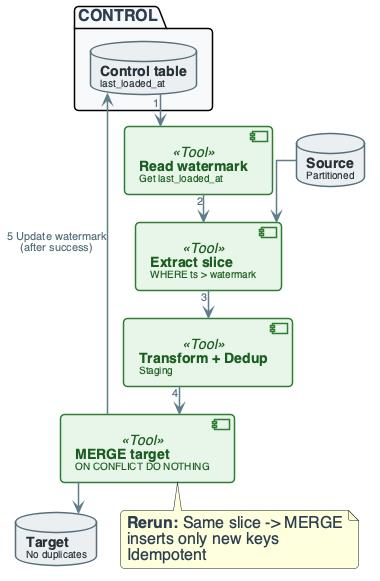
OrPerets/data-engineering-course keeps this PlantUML diagram as diagrams/week04/week4_practice_slide18_incremental_rerun.png. Above is the earlier version. Its diagram source:
```plantuml
@startuml

top to bottom direction
skinparam linetype ortho
skinparam shadowing false
skinparam roundcorner 8
skinparam handwritten false
skinparam nodesep 24
skinparam ranksep 28

skinparam defaultFontName "Segoe UI, Helvetica, sans-serif"
skinparam defaultFontSize 16
skinparam defaultFontColor #2C3E50

skinparam rectangle {
    BackgroundColor #F8F9FA
    BorderColor #90A4AE
    BorderThickness 2
    FontColor #263238
    FontSize 14
    FontStyle bold
    Padding 20
}

skinparam component {
    BackgroundColor #FFFFFF
    BorderColor #78909C
    BorderThickness 1.5
    FontSize 14
    Padding 12
}

skinparam database {
    BackgroundColor #ECEFF1
    BorderColor #546E7A
    BorderThickness 1.5
    FontSize 14
    FontColor #263238
}

skinparam arrow {
    Color #607D8B
    Thickness 1.5
    FontSize 11
    FontColor #546E7A
}

skinparam component<<UI>> {
    BorderColor #8E24AA
    BackgroundColor #F3E5F5
    FontColor #4A148C
}

skinparam component<<Agent>> {
    BorderColor #0288D1
    BackgroundColor #E1F5FE
    FontColor #01579B
}

skinparam component<<Tool>> {
    BorderColor #2E7D32
    BackgroundColor #E8F5E9
    FontColor #1B5E20
}

skinparam component<<Config>> {
    BorderColor #F57C00
    BackgroundColor #FFF3E0
    FontColor #E65100
}

skinparam component<<Bad>> {
    BorderColor #C62828
    BackgroundColor #FFEBEE
    FontColor #B71C1C
}

skinparam component<<V1>> {
    BorderColor #F57C00
    BackgroundColor #FFF3E0
    FontColor #E65100
}

skinparam component<<V2>> {
    BorderColor #2E7D32
    BackgroundColor #E8F5E9
    FontColor #1B5E20
}

skinparam component<<up>> {
    BackgroundColor #E8F5E9
    BorderColor #2E7D32
}

skinparam component<<down>> {
    BackgroundColor #FFEBEE
    BorderColor #C62828
}

skinparam database<<up>> {
    BackgroundColor #E8F5E9
    BorderColor #2E7D32
}

skinparam database<<down>> {
    BackgroundColor #FFEBEE
    BorderColor #C62828
}

skinparam component<<success>> {
    BackgroundColor #E8F5E9
    BorderColor #2E7D32
}

skinparam component<<failure>> {
    BackgroundColor #FFEBEE
    BorderColor #C62828
}


package "CONTROL" #F8F9FA {
    database "**Control table**\n<size:10>last_loaded_at</size>" as CTRL
}

component "**Read watermark**\n<size:10>Get last_loaded_at</size>" as READ <<Tool>>
component "**Extract slice**\n<size:10>WHERE ts > watermark</size>" as EXTRACT <<Tool>>
component "**Transform + Dedup**\n<size:10>Staging</size>" as TRANSFORM <<Tool>>
component "**MERGE target**\n<size:10>ON CONFLICT DO NOTHING</size>" as MERGE <<Tool>>

database "**Source**\n<size:10>Partitioned</size>" as SRC
database "**Target**\n<size:10>No duplicates</size>" as TGT

CTRL --> READ : "1"
READ --> EXTRACT : "2"
SRC --> EXTRACT
EXTRACT --> TRANSFORM : "3"
TRANSFORM --> MERGE : "4"
MERGE --> TGT
MERGE --> CTRL : "5 Update watermark\n(after success)"

note bottom of MERGE
  **Rerun:** Same slice -> MERGE
  inserts only new keys
  Idempotent
end note

@enduml
```
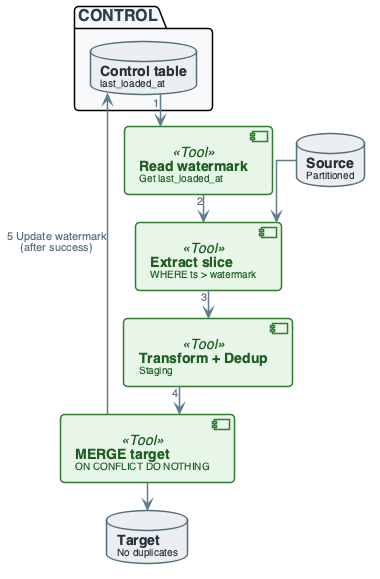
After the commit.

Change to the diagram source:
```diff
@@ -138,10 +138,4 @@
 MERGE --> TGT
 MERGE --> CTRL : "5 Update watermark\n(after success)"
 
-note bottom of MERGE
-  **Rerun:** Same slice -> MERGE
-  inserts only new keys
-  Idempotent
-end note
-
 @enduml
```
